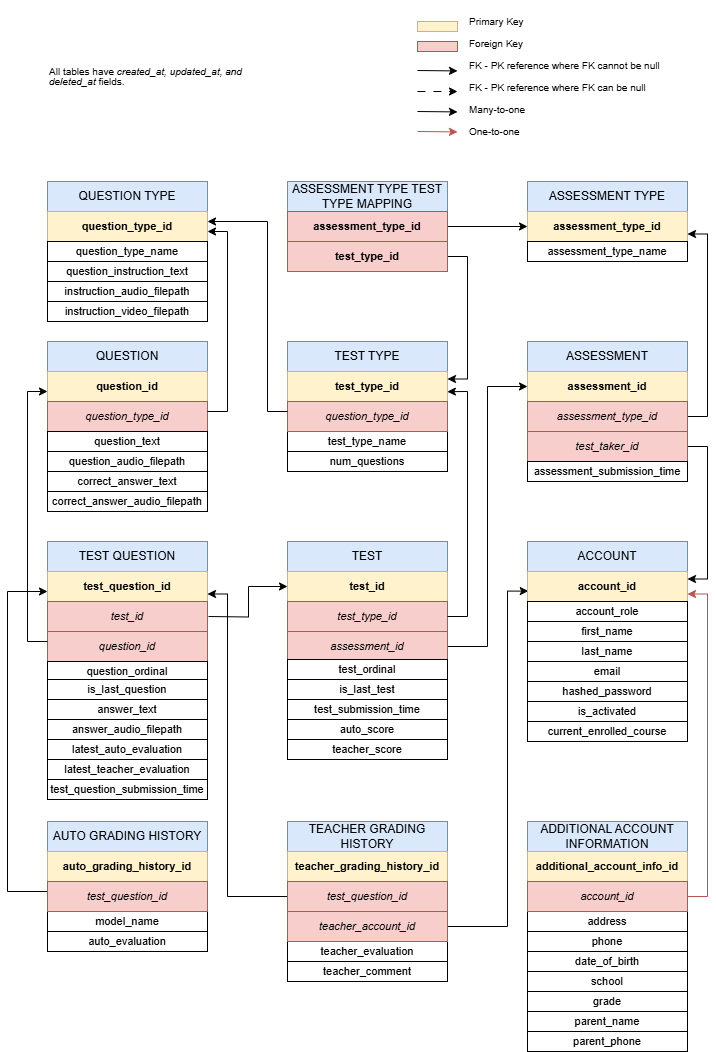
Halifax-Learning/documentation keeps this draw.io diagram as DB tables diagram.png. Above is the earlier version. Source tidied: cells renumbered, new cells last; positions are measured from the earlier drawing's top-left corner, leaving out a move shared by most shapes.
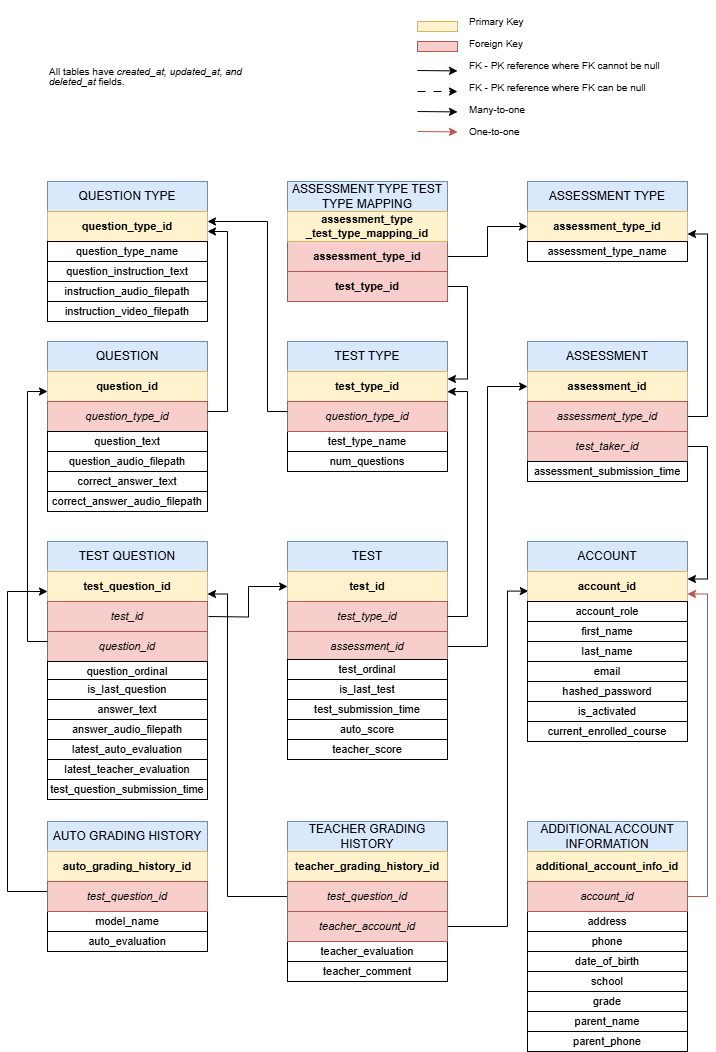
After the commit.

The edit, as a diff of the source:
```diff
@@ -218,13 +218,13 @@
       <mxGeometry relative="1" as="geometry" />
     </mxCell>
     <mxCell id="59" value="&lt;b style=&quot;font-size: 11px;&quot;&gt;assessment_type&lt;/b&gt;&lt;b style=&quot;background-color: initial;&quot;&gt;_id&lt;/b&gt;" style="rounded=0;whiteSpace=wrap;html=1;fontSize=11;fillColor=#f8cecc;strokeColor=#b85450;" parent="1" vertex="1">
-      <mxGeometry x="280" y="200" width="160" height="30" as="geometry" />
+      <mxGeometry x="280" y="230" width="160" height="30" as="geometry" />
     </mxCell>
     <mxCell id="60" style="edgeStyle=orthogonalEdgeStyle;rounded=0;jettySize=auto;html=1;exitX=1;exitY=0.5;exitDx=0;exitDy=0;entryX=1;entryY=0.25;entryDx=0;entryDy=0;" parent="1" edge="1" source="61" target="39">
       <mxGeometry relative="1" as="geometry" />
     </mxCell>
     <mxCell id="61" value="&lt;b style=&quot;font-size: 11px;&quot;&gt;test_type&lt;/b&gt;&lt;b style=&quot;background-color: initial;&quot;&gt;_id&lt;/b&gt;" style="rounded=0;whiteSpace=wrap;html=1;fontSize=11;fillColor=#f8cecc;strokeColor=#b85450;" parent="1" vertex="1">
-      <mxGeometry x="280" y="230" width="160" height="30" as="geometry" />
+      <mxGeometry x="280" y="260" width="160" height="30" as="geometry" />
     </mxCell>
     <mxCell id="62" value="ASSESSMENT" style="rounded=0;whiteSpace=wrap;html=1;fillColor=#dae8fc;strokeColor=#6c8ebf;fontSize=12;" parent="1" vertex="1">
       <mxGeometry x="520" y="330" width="160" height="30" as="geometry" />
@@ -367,5 +367,8 @@
     <mxCell id="102" value="&lt;font style=&quot;font-size: 11px;&quot;&gt;latest_teacher_evaluation&lt;/font&gt;" style="rounded=0;whiteSpace=wrap;html=1;fontSize=11;" parent="1" vertex="1">
       <mxGeometry x="40" y="748" width="160" height="20" as="geometry" />
     </mxCell>
+    <mxCell id="103" value="&lt;b style=&quot;font-size: 11px;&quot;&gt;assessment_type&lt;/b&gt;&lt;div&gt;&lt;b style=&quot;background-color: initial;&quot;&gt;_test_type_mapping_id&lt;/b&gt;&lt;/div&gt;" style="rounded=0;whiteSpace=wrap;html=1;fontSize=11;fillColor=#fff2cc;strokeColor=#d6b656;" parent="1" vertex="1">
+      <mxGeometry x="280" y="200" width="160" height="30" as="geometry" />
+    </mxCell>
   </root>
 </mxGraphModel>
```
